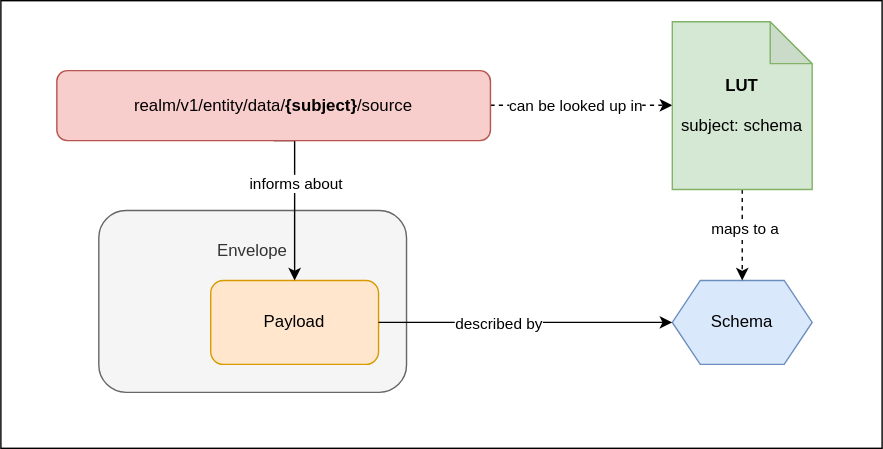
Above: subject_payload_schema.drawio.svg in RISE-Maritime/keelson (draw.io), before the change. Source tidied: cells renumbered, new cells last; positions are measured from the earlier drawing's top-left corner, leaving out a move shared by most shapes.
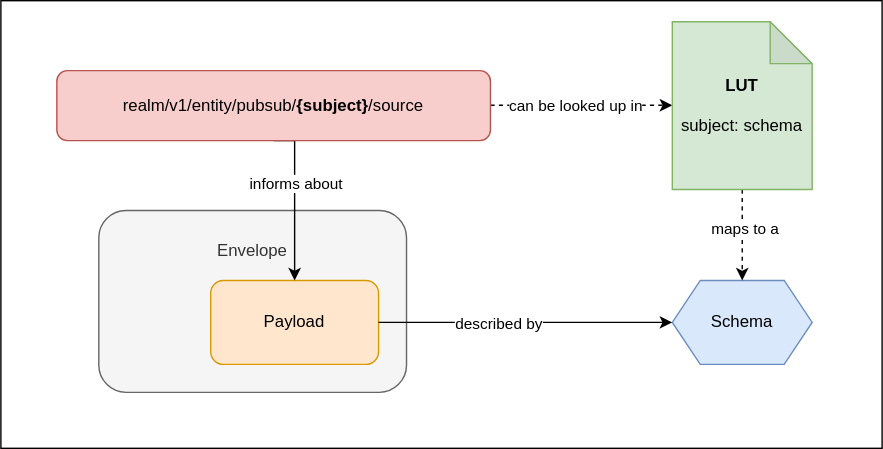
After the commit.

What changed in the source:
```diff
@@ -46,7 +46,7 @@
         <mxPoint x="6" as="offset" />
       </mxGeometry>
     </mxCell>
-    <mxCell id="13" value="realm/v1/entity/data/&lt;b&gt;{subject}&lt;/b&gt;/source" style="rounded=1;whiteSpace=wrap;html=1;fillColor=#f8cecc;strokeColor=#b85450;" parent="1" vertex="1">
+    <mxCell id="13" value="realm/v1/entity/pubsub/&lt;b&gt;{subject}&lt;/b&gt;/source" style="rounded=1;whiteSpace=wrap;html=1;fillColor=#f8cecc;strokeColor=#b85450;" parent="1" vertex="1">
       <mxGeometry x="40" y="50" width="310" height="50" as="geometry" />
     </mxCell>
     <mxCell id="14" style="edgeStyle=orthogonalEdgeStyle;rounded=0;jettySize=auto;html=1;exitX=0.5;exitY=1;exitDx=0;exitDy=0;exitPerimeter=0;entryX=0.5;entryY=0;entryDx=0;entryDy=0;dashed=1;" parent="1" edge="1" source="16" target="6">
```
